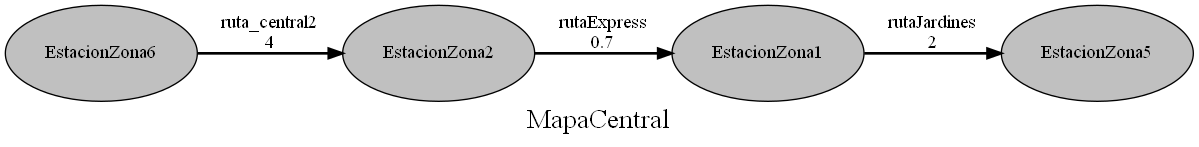
This is Images/Ruta2.gv.png from AdrianMolina2000/-LF-Proyecto1, a Graphviz export, as it was before one commit. Its source is kept beside it as Images/Ruta2.gv.
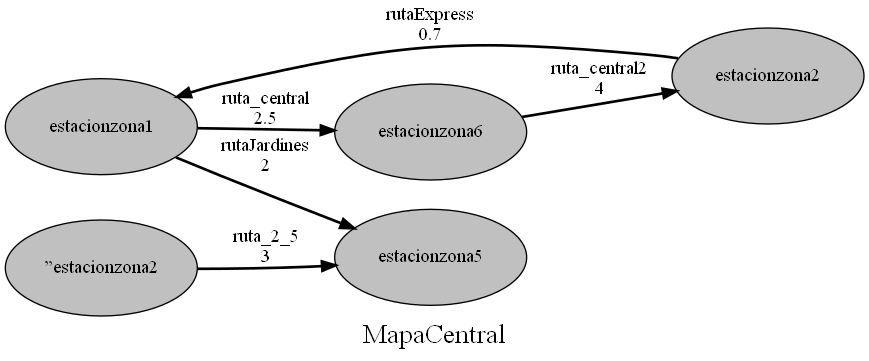
Above is the later version.

Change to the diagram source:
```diff
@@ -1,11 +1,15 @@
 digraph Ruta2 {
 	node [color=black fillcolor=gray fixedsize=true height=1 shape=oval style=filled width=2]
-	EstacionZona6 -> EstacionZona2 [label="ruta_central2
+	estacionzona1 -> estacionzona6 [label="ruta_central
+2.5" style=bold]
+	estacionzona6 -> estacionzona2 [label="ruta_central2
 4" style=bold]
-	EstacionZona2 -> EstacionZona1 [label="rutaExpress
+	estacionzona2 -> estacionzona1 [label="rutaExpress
 0.7" style=bold]
-	EstacionZona1 -> EstacionZona5 [label="rutaJardines
+	estacionzona1 -> estacionzona5 [label="rutaJardines
 2" style=bold]
+	"”estacionzona2" -> estacionzona5 [label="ruta_2_5
+3" style=bold]
 	overlap=false
 	label=MapaCentral
 	fontsize=20
```
